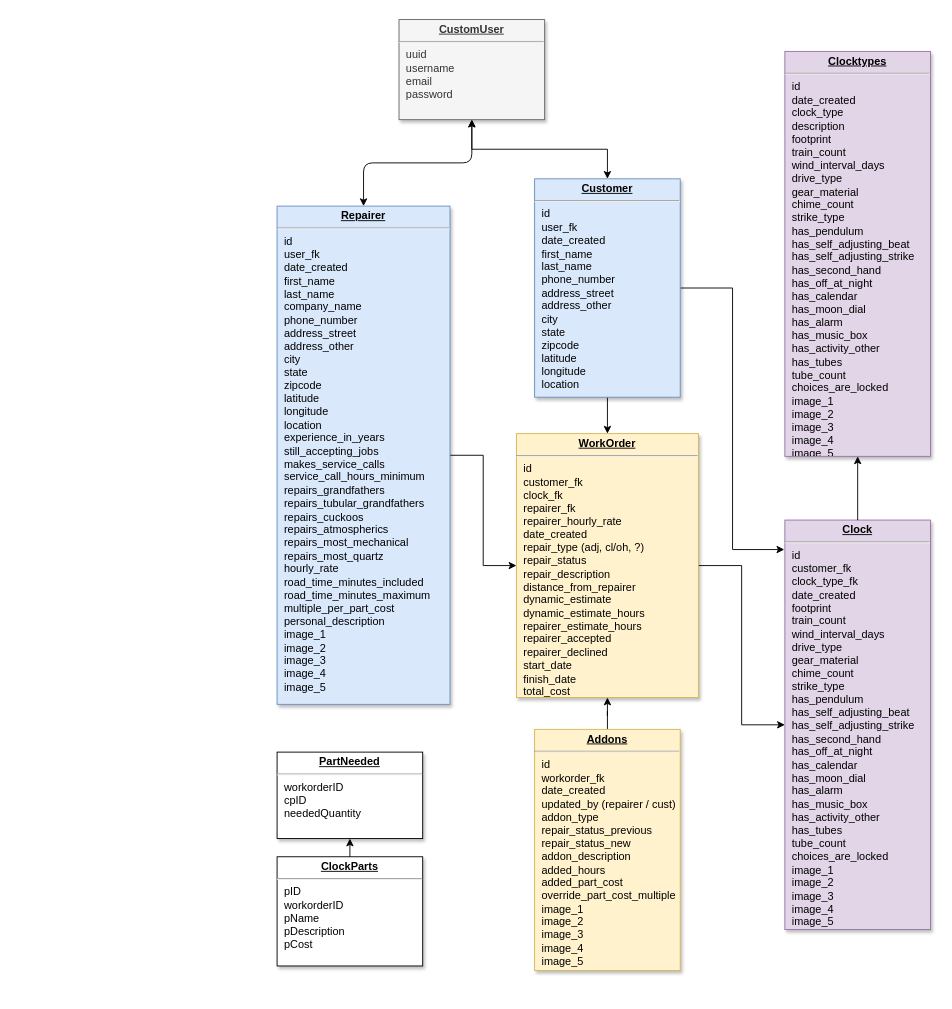
jatlast/ClockWeb keeps this draw.io diagram as clocks_db_tables.drawio. Above is the earlier version. Source tidied: cells renumbered, new cells numbered last; positions are measured from the earlier drawing's top-left corner, leaving out a move shared by most shapes. Both pictures are drawn from the tidied source at 91%, with x=0, y=0 at pixel (277, 19).
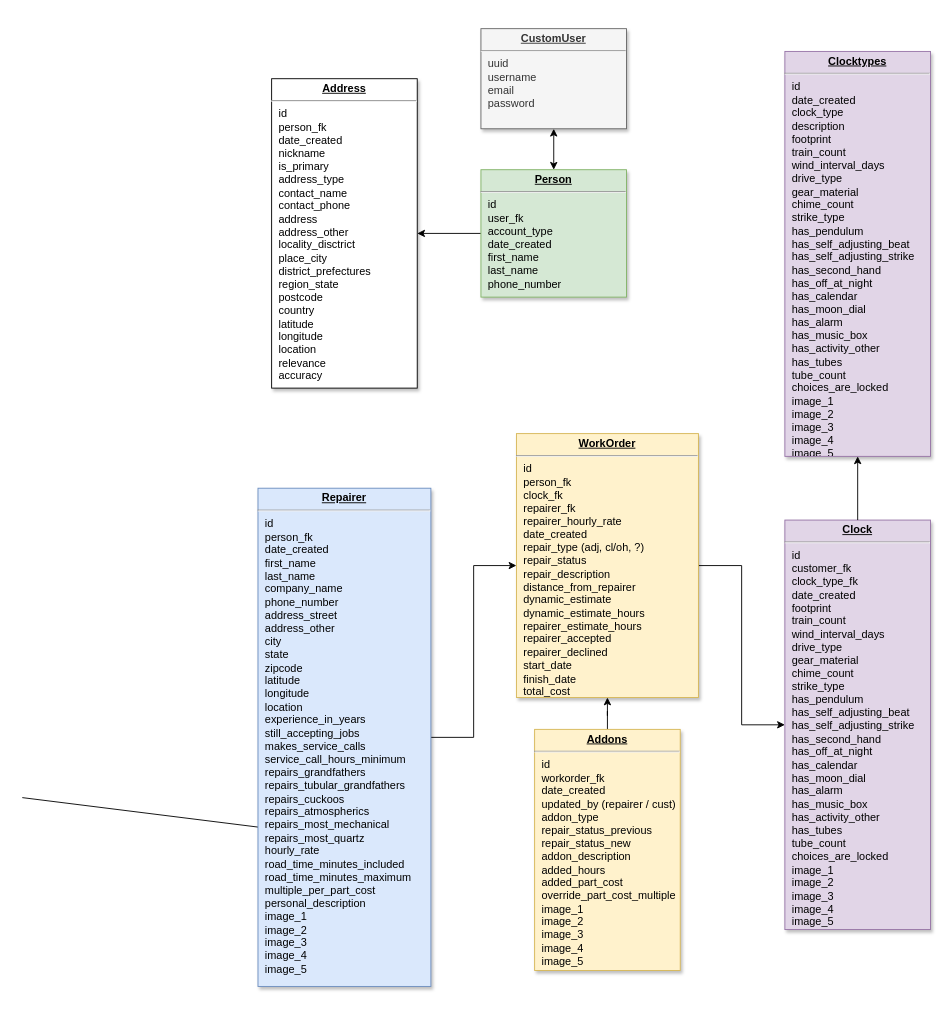
The same page after the edit.

The change refers to these unchanged cells:
```xml
<mxCell id="5" value="&lt;p style=&quot;margin: 0px ; margin-top: 4px ; text-align: center ; text-decoration: underline&quot;&gt;&lt;strong&gt;Clock&lt;/strong&gt;&lt;/p&gt;&lt;hr&gt;&lt;p style=&quot;margin: 0px 0px 0px 8px&quot;&gt;id&lt;/p&gt;&lt;p style=&quot;margin: 0px 0px 0px 8px&quot;&gt;customer_fk&lt;/p&gt;&lt;p style=&quot;margin: 0px 0px 0px 8px&quot;&gt;&lt;span&gt;clock_type_fk&lt;/span&gt;&lt;br&gt;&lt;/p&gt;&lt;p style=&quot;margin: 0px 0px 0px 8px&quot;&gt;date_created&lt;/p&gt;&lt;p style=&quot;margin: 0px 0px 0px 8px&quot;&gt;footprint&lt;/p&gt;&lt;p style=&quot;margin: 0px 0px 0px 8px&quot;&gt;train_count&lt;/p&gt;&lt;p style=&quot;margin: 0px 0px 0px 8px&quot;&gt;wind_interval_days&lt;/p&gt;&lt;p style=&quot;margin: 0px 0px 0px 8px&quot;&gt;drive_type&lt;/p&gt;&lt;p style=&quot;margin: 0px 0px 0px 8px&quot;&gt;gear_material&lt;/p&gt;&lt;p style=&quot;margin: 0px 0px 0px 8px&quot;&gt;chime_count&lt;/p&gt;&lt;p style=&quot;margin: 0px 0px 0px 8px&quot;&gt;strike_type&lt;/p&gt;&lt;p style=&quot;margin: 0px 0px 0px 8px&quot;&gt;has_pendulum&lt;/p&gt;&lt;p style=&quot;margin: 0px 0px 0px 8px&quot;&gt;has_self_adjusting_beat&lt;/p&gt;&lt;p style=&quot;margin: 0px 0px 0px 8px&quot;&gt;has_self_adjusting_strike&lt;/p&gt;&lt;p style=&quot;margin: 0px 0px 0px 8px&quot;&gt;has_second_hand&lt;/p&gt;&lt;p style=&quot;margin: 0px 0px 0px 8px&quot;&gt;has_off_at_night&lt;/p&gt;&lt;p style=&quot;margin: 0px 0px 0px 8px&quot;&gt;has_calendar&lt;/p&gt;&lt;p style=&quot;margin: 0px 0px 0px 8px&quot;&gt;has_moon_dial&lt;/p&gt;&lt;p style=&quot;margin: 0px 0px 0px 8px&quot;&gt;has_alarm&lt;/p&gt;&lt;p style=&quot;margin: 0px 0px 0px 8px&quot;&gt;has_music_box&lt;/p&gt;&lt;p style=&quot;margin: 0px 0px 0px 8px&quot;&gt;has_activity_other&lt;/p&gt;&lt;p style=&quot;margin: 0px 0px 0px 8px&quot;&gt;has_tubes&lt;/p&gt;&lt;p style=&quot;margin: 0px 0px 0px 8px&quot;&gt;tube_count&lt;/p&gt;&lt;p style=&quot;margin: 0px 0px 0px 8px&quot;&gt;choices_are_locked&lt;/p&gt;&lt;p style=&quot;margin: 0px 0px 0px 8px&quot;&gt;image_1&lt;/p&gt;&lt;p style=&quot;margin: 0px 0px 0px 8px&quot;&gt;image_2&lt;/p&gt;&lt;p style=&quot;margin: 0px 0px 0px 8px&quot;&gt;image_3&lt;/p&gt;&lt;p style=&quot;margin: 0px 0px 0px 8px&quot;&gt;image_4&lt;/p&gt;&lt;p style=&quot;margin: 0px 0px 0px 8px&quot;&gt;image_5&lt;/p&gt;&lt;p style=&quot;margin: 0px ; margin-left: 8px&quot;&gt;&lt;br&gt;&lt;/p&gt;" style="verticalAlign=top;align=left;overflow=fill;fontSize=12;fontFamily=Helvetica;html=1;shadow=1;fillColor=#e1d5e7;strokeColor=#9673a6;" parent="1" vertex="1">
  <mxGeometry x="558" y="550" width="160" height="450" as="geometry" />
</mxCell>
```

Diff of the diagram source:
```diff
@@
-    <mxCell id="2" style="edgeStyle=orthogonalEdgeStyle;rounded=0;jettySize=auto;html=1;" parent="1" edge="1" source="4" target="9">
-      <mxGeometry relative="1" as="geometry" />
-    </mxCell>
-    <mxCell id="3" style="edgeStyle=orthogonalEdgeStyle;rounded=0;jettySize=auto;html=1;entryX=-0.004;entryY=0.072;entryDx=0;entryDy=0;entryPerimeter=0;" parent="1" edge="1" source="4" target="5">
-      <mxGeometry relative="1" as="geometry" />
-    </mxCell>
+    <mxCell id="20" style="edgeStyle=orthogonalEdgeStyle;rounded=0;jettySize=auto;html=1;" parent="1" edge="1" source="4" target="21">
+      <mxGeometry relative="1" as="geometry" />
+    </mxCell>
-    <mxCell id="4" value="&lt;p style=&quot;margin: 0px ; margin-top: 4px ; text-align: center ; text-decoration: underline&quot;&gt;&lt;b&gt;Customer&lt;/b&gt;&lt;/p&gt;&lt;hr&gt;&lt;p style=&quot;margin: 0px ; margin-left: 8px&quot;&gt;id&lt;/p&gt;&lt;p style=&quot;margin: 0px ; margin-left: 8px&quot;&gt;&lt;span&gt;user_fk&lt;/span&gt;&lt;/p&gt;&lt;p style=&quot;margin: 0px ; margin-left: 8px&quot;&gt;&lt;span&gt;date_created&lt;/span&gt;&lt;/p&gt;&lt;p style=&quot;margin: 0px ; margin-left: 8px&quot;&gt;&lt;span&gt;first_name&lt;/span&gt;&lt;br&gt;&lt;/p&gt;&lt;p style=&quot;margin: 0px ; margin-left: 8px&quot;&gt;last_name&lt;/p&gt;&lt;p style=&quot;margin: 0px ; margin-left: 8px&quot;&gt;phone_number&lt;/p&gt;&lt;p style=&quot;margin: 0px ; margin-left: 8px&quot;&gt;address_street&lt;/p&gt;&lt;p style=&quot;margin: 0px ; margin-left: 8px&quot;&gt;address_other&lt;/p&gt;&lt;p style=&quot;margin: 0px ; margin-left: 8px&quot;&gt;city&lt;/p&gt;&lt;p style=&quot;margin: 0px ; margin-left: 8px&quot;&gt;state&lt;/p&gt;&lt;p style=&quot;margin: 0px ; margin-left: 8px&quot;&gt;zipcode&lt;/p&gt;&lt;p style=&quot;margin: 0px 0px 0px 8px&quot;&gt;latitude&lt;/p&gt;&lt;p style=&quot;margin: 0px 0px 0px 8px&quot;&gt;longitude&lt;/p&gt;&lt;p style=&quot;margin: 0px 0px 0px 8px&quot;&gt;location&lt;/p&gt;" style="verticalAlign=top;align=left;overflow=fill;fontSize=12;fontFamily=Helvetica;html=1;shadow=1;fillColor=#dae8fc;strokeColor=#6c8ebf;" parent="1" vertex="1">
-      <mxGeometry x="283" y="175" width="160" height="240" as="geometry" />
+    <mxCell id="4" value="&lt;p style=&quot;margin: 0px ; margin-top: 4px ; text-align: center ; text-decoration: underline&quot;&gt;&lt;b&gt;Person&lt;/b&gt;&lt;/p&gt;&lt;hr&gt;&lt;p style=&quot;margin: 0px ; margin-left: 8px&quot;&gt;id&lt;/p&gt;&lt;p style=&quot;margin: 0px ; margin-left: 8px&quot;&gt;&lt;span&gt;user_fk&lt;/span&gt;&lt;/p&gt;&lt;p style=&quot;margin: 0px ; margin-left: 8px&quot;&gt;account_type&lt;/p&gt;&lt;p style=&quot;margin: 0px ; margin-left: 8px&quot;&gt;&lt;span&gt;date_created&lt;/span&gt;&lt;/p&gt;&lt;p style=&quot;margin: 0px ; margin-left: 8px&quot;&gt;&lt;span&gt;first_name&lt;/span&gt;&lt;br&gt;&lt;/p&gt;&lt;p style=&quot;margin: 0px ; margin-left: 8px&quot;&gt;last_name&lt;/p&gt;&lt;p style=&quot;margin: 0px ; margin-left: 8px&quot;&gt;phone_number&lt;/p&gt;" style="verticalAlign=top;align=left;overflow=fill;fontSize=12;fontFamily=Helvetica;html=1;shadow=1;fillColor=#d5e8d4;strokeColor=#82b366;" parent="1" vertex="1">
+      <mxGeometry x="224" y="165" width="160" height="140" as="geometry" />
     </mxCell>
@@
     <mxCell id="7" value="&lt;p style=&quot;margin: 0px ; margin-top: 4px ; text-align: center ; text-decoration: underline&quot;&gt;&lt;b&gt;CustomUser&lt;/b&gt;&lt;/p&gt;&lt;hr&gt;&lt;p style=&quot;margin: 0px ; margin-left: 8px&quot;&gt;uuid&lt;/p&gt;&lt;p style=&quot;margin: 0px ; margin-left: 8px&quot;&gt;username&lt;/p&gt;&lt;p style=&quot;margin: 0px ; margin-left: 8px&quot;&gt;email&lt;/p&gt;&lt;p style=&quot;margin: 0px ; margin-left: 8px&quot;&gt;password&lt;/p&gt;" style="verticalAlign=top;align=left;overflow=fill;fontSize=12;fontFamily=Helvetica;html=1;shadow=1;fillColor=#f5f5f5;strokeColor=#666666;fontColor=#333333;" parent="1" vertex="1">
-      <mxGeometry x="134" width="160" height="110" as="geometry" />
+      <mxGeometry x="224" y="10" width="160" height="110" as="geometry" />
     </mxCell>
@@
-    <mxCell id="9" value="&lt;p style=&quot;margin: 0px ; margin-top: 4px ; text-align: center ; text-decoration: underline&quot;&gt;&lt;b&gt;WorkOrder&lt;/b&gt;&lt;/p&gt;&lt;hr&gt;&lt;p style=&quot;margin: 0px ; margin-left: 8px&quot;&gt;id&lt;/p&gt;&lt;p style=&quot;margin: 0px ; margin-left: 8px&quot;&gt;customer_fk&lt;/p&gt;&lt;p style=&quot;margin: 0px 0px 0px 8px&quot;&gt;clock_fk&lt;/p&gt;&lt;p style=&quot;margin: 0px 0px 0px 8px&quot;&gt;repairer_fk&lt;/p&gt;&lt;p style=&quot;margin: 0px 0px 0px 8px&quot;&gt;repairer_hourly_rate&lt;/p&gt;&lt;p style=&quot;margin: 0px ; margin-left: 8px&quot;&gt;date_created&lt;/p&gt;&lt;p style=&quot;margin: 0px ; margin-left: 8px&quot;&gt;repair_type (adj, cl/oh, ?)&lt;/p&gt;&lt;p style=&quot;margin: 0px ; margin-left: 8px&quot;&gt;repair_status&lt;/p&gt;&lt;p style=&quot;margin: 0px ; margin-left: 8px&quot;&gt;repair_description&lt;/p&gt;&lt;p style=&quot;margin: 0px ; margin-left: 8px&quot;&gt;distance_from_repairer&lt;/p&gt;&lt;p style=&quot;margin: 0px ; margin-left: 8px&quot;&gt;dynamic_estimate&lt;/p&gt;&lt;p style=&quot;margin: 0px 0px 0px 8px&quot;&gt;&lt;span&gt;dynamic_estimate_hours&lt;/span&gt;&lt;br&gt;&lt;/p&gt;&lt;p style=&quot;margin: 0px ; margin-left: 8px&quot;&gt;&lt;span&gt;repairer_estimate_hours&lt;/span&gt;&lt;br&gt;&lt;/p&gt;&lt;p style=&quot;margin: 0px 0px 0px 8px&quot;&gt;repairer_accepted&lt;/p&gt;&lt;p style=&quot;margin: 0px ; margin-left: 8px&quot;&gt;&lt;span&gt;repairer_declined&lt;/span&gt;&lt;/p&gt;&lt;p style=&quot;margin: 0px ; margin-left: 8px&quot;&gt;start_date&lt;/p&gt;&lt;p style=&quot;margin: 0px ; margin-left: 8px&quot;&gt;finish_date&lt;/p&gt;&lt;p style=&quot;margin: 0px ; margin-left: 8px&quot;&gt;total_cost&lt;/p&gt;" style="verticalAlign=top;align=left;overflow=fill;fontSize=12;fontFamily=Helvetica;html=1;shadow=1;fillColor=#fff2cc;strokeColor=#d6b656;" parent="1" vertex="1">
+    <mxCell id="9" value="&lt;p style=&quot;margin: 0px ; margin-top: 4px ; text-align: center ; text-decoration: underline&quot;&gt;&lt;b&gt;WorkOrder&lt;/b&gt;&lt;/p&gt;&lt;hr&gt;&lt;p style=&quot;margin: 0px ; margin-left: 8px&quot;&gt;id&lt;/p&gt;&lt;p style=&quot;margin: 0px ; margin-left: 8px&quot;&gt;person_fk&lt;/p&gt;&lt;p style=&quot;margin: 0px 0px 0px 8px&quot;&gt;clock_fk&lt;/p&gt;&lt;p style=&quot;margin: 0px 0px 0px 8px&quot;&gt;repairer_fk&lt;/p&gt;&lt;p style=&quot;margin: 0px 0px 0px 8px&quot;&gt;repairer_hourly_rate&lt;/p&gt;&lt;p style=&quot;margin: 0px ; margin-left: 8px&quot;&gt;date_created&lt;/p&gt;&lt;p style=&quot;margin: 0px ; margin-left: 8px&quot;&gt;repair_type (adj, cl/oh, ?)&lt;/p&gt;&lt;p style=&quot;margin: 0px ; margin-left: 8px&quot;&gt;repair_status&lt;/p&gt;&lt;p style=&quot;margin: 0px ; margin-left: 8px&quot;&gt;repair_description&lt;/p&gt;&lt;p style=&quot;margin: 0px ; margin-left: 8px&quot;&gt;distance_from_repairer&lt;/p&gt;&lt;p style=&quot;margin: 0px ; margin-left: 8px&quot;&gt;dynamic_estimate&lt;/p&gt;&lt;p style=&quot;margin: 0px 0px 0px 8px&quot;&gt;&lt;span&gt;dynamic_estimate_hours&lt;/span&gt;&lt;br&gt;&lt;/p&gt;&lt;p style=&quot;margin: 0px ; margin-left: 8px&quot;&gt;&lt;span&gt;repairer_estimate_hours&lt;/span&gt;&lt;br&gt;&lt;/p&gt;&lt;p style=&quot;margin: 0px 0px 0px 8px&quot;&gt;repairer_accepted&lt;/p&gt;&lt;p style=&quot;margin: 0px ; margin-left: 8px&quot;&gt;&lt;span&gt;repairer_declined&lt;/span&gt;&lt;/p&gt;&lt;p style=&quot;margin: 0px ; margin-left: 8px&quot;&gt;start_date&lt;/p&gt;&lt;p style=&quot;margin: 0px ; margin-left: 8px&quot;&gt;finish_date&lt;/p&gt;&lt;p style=&quot;margin: 0px ; margin-left: 8px&quot;&gt;total_cost&lt;/p&gt;" style="verticalAlign=top;align=left;overflow=fill;fontSize=12;fontFamily=Helvetica;html=1;shadow=1;fillColor=#fff2cc;strokeColor=#d6b656;" parent="1" vertex="1">
       <mxGeometry x="263" y="455" width="200" height="290" as="geometry" />
     </mxCell>
-    <mxCell id="10" value="&lt;p style=&quot;margin: 0px ; margin-top: 4px ; text-align: center ; text-decoration: underline&quot;&gt;&lt;strong&gt;ClockParts&lt;/strong&gt;&lt;/p&gt;&lt;hr&gt;&lt;p style=&quot;margin: 0px ; margin-left: 8px&quot;&gt;pID&lt;/p&gt;&lt;p style=&quot;margin: 0px ; margin-left: 8px&quot;&gt;workorderID&lt;/p&gt;&lt;p style=&quot;margin: 0px ; margin-left: 8px&quot;&gt;pName&lt;/p&gt;&lt;p style=&quot;margin: 0px ; margin-left: 8px&quot;&gt;pDescription&lt;/p&gt;&lt;p style=&quot;margin: 0px ; margin-left: 8px&quot;&gt;pCost&lt;/p&gt;" style="verticalAlign=top;align=left;overflow=fill;fontSize=12;fontFamily=Helvetica;html=1;shadow=1;" parent="1" vertex="1">
-      <mxGeometry y="920" width="160" height="120" as="geometry" />
-    </mxCell>
-    <mxCell id="11" value="&lt;p style=&quot;margin: 0px ; margin-top: 4px ; text-align: center ; text-decoration: underline&quot;&gt;&lt;strong&gt;PartNeeded&lt;/strong&gt;&lt;/p&gt;&lt;hr&gt;&lt;p style=&quot;margin: 0px ; margin-left: 8px&quot;&gt;&lt;span&gt;workorderID&lt;/span&gt;&lt;br&gt;&lt;/p&gt;&lt;p style=&quot;margin: 0px ; margin-left: 8px&quot;&gt;cpID&lt;/p&gt;&lt;p style=&quot;margin: 0px ; margin-left: 8px&quot;&gt;neededQuantity&lt;/p&gt;" style="verticalAlign=top;align=left;overflow=fill;fontSize=12;fontFamily=Helvetica;html=1;shadow=1;" parent="1" vertex="1">
-      <mxGeometry y="805" width="160" height="95" as="geometry" />
-    </mxCell>
-    <mxCell id="12" style="endArrow=classic;html=1;exitX=0.5;exitY=0;exitDx=0;exitDy=0;" parent="1" edge="1" source="10" target="11">
-      <mxGeometry relative="1" as="geometry" />
+    <mxCell id="12" style="endArrow=classic;html=1;exitX=0.5;exitY=0;exitDx=0;exitDy=0;" parent="1" edge="1">
+      <mxGeometry relative="1" as="geometry">
+        <mxPoint x="-280" y="855" as="sourcePoint" />
+        <mxPoint x="80" y="900" as="targetPoint" />
+      </mxGeometry>
     </mxCell>
@@
-    <mxCell id="14" value="&lt;p style=&quot;margin: 0px ; margin-top: 4px ; text-align: center ; text-decoration: underline&quot;&gt;&lt;b&gt;Repairer&lt;/b&gt;&lt;/p&gt;&lt;hr&gt;&lt;p style=&quot;margin: 0px ; margin-left: 8px&quot;&gt;id&lt;/p&gt;&lt;p style=&quot;margin: 0px ; margin-left: 8px&quot;&gt;user_fk&lt;/p&gt;&lt;p style=&quot;margin: 0px ; margin-left: 8px&quot;&gt;&lt;span&gt;date_created&lt;/span&gt;&lt;br&gt;&lt;/p&gt;&lt;p style=&quot;margin: 0px 0px 0px 8px&quot;&gt;first_name&lt;br&gt;&lt;/p&gt;&lt;p style=&quot;margin: 0px 0px 0px 8px&quot;&gt;last_name&lt;/p&gt;&lt;p style=&quot;margin: 0px 0px 0px 8px&quot;&gt;company_name&lt;/p&gt;&lt;p style=&quot;margin: 0px 0px 0px 8px&quot;&gt;phone_number&lt;/p&gt;&lt;p style=&quot;margin: 0px 0px 0px 8px&quot;&gt;address_street&lt;/p&gt;&lt;p style=&quot;margin: 0px 0px 0px 8px&quot;&gt;address_other&lt;/p&gt;&lt;p style=&quot;margin: 0px 0px 0px 8px&quot;&gt;city&lt;/p&gt;&lt;p style=&quot;margin: 0px 0px 0px 8px&quot;&gt;state&lt;/p&gt;&lt;p style=&quot;margin: 0px 0px 0px 8px&quot;&gt;zipcode&lt;/p&gt;&lt;p style=&quot;margin: 0px ; margin-left: 8px&quot;&gt;&lt;span&gt;latitude&lt;/span&gt;&lt;/p&gt;&lt;p style=&quot;margin: 0px ; margin-left: 8px&quot;&gt;&lt;span&gt;longitude&lt;/span&gt;&lt;/p&gt;&lt;p style=&quot;margin: 0px ; margin-left: 8px&quot;&gt;&lt;span&gt;location&lt;/span&gt;&lt;/p&gt;&lt;p style=&quot;margin: 0px ; margin-left: 8px&quot;&gt;&lt;span&gt;experience_in_years&lt;/span&gt;&lt;/p&gt;&lt;p style=&quot;margin: 0px ; margin-left: 8px&quot;&gt;&lt;span&gt;still_accepting_jobs&lt;/span&gt;&lt;/p&gt;&lt;p style=&quot;margin: 0px ; margin-left: 8px&quot;&gt;&lt;span&gt;makes_service_calls&lt;/span&gt;&lt;/p&gt;&lt;p style=&quot;margin: 0px ; margin-left: 8px&quot;&gt;service_call_hours_minimum&lt;/p&gt;&lt;p style=&quot;margin: 0px ; margin-left: 8px&quot;&gt;repairs_grandfathers&lt;/p&gt;&lt;p style=&quot;margin: 0px ; margin-left: 8px&quot;&gt;repairs_tubular_grandfathers&lt;/p&gt;&lt;p style=&quot;margin: 0px ; margin-left: 8px&quot;&gt;repairs_cuckoos&lt;/p&gt;&lt;p style=&quot;margin: 0px ; margin-left: 8px&quot;&gt;repairs_atmospherics&lt;/p&gt;&lt;p style=&quot;margin: 0px ; margin-left: 8px&quot;&gt;repairs_most_mechanical&lt;/p&gt;&lt;p style=&quot;margin: 0px ; margin-left: 8px&quot;&gt;repairs_most_quartz&lt;/p&gt;&lt;p style=&quot;margin: 0px ; margin-left: 8px&quot;&gt;hourly_rate&lt;/p&gt;&lt;p style=&quot;margin: 0px 0px 0px 8px&quot;&gt;road_time_minutes_included&lt;/p&gt;&lt;p style=&quot;margin: 0px 0px 0px 8px&quot;&gt;road_time_minutes_maximum&lt;/p&gt;&lt;p style=&quot;margin: 0px 0px 0px 8px&quot;&gt;multiple_per_part_cost&lt;/p&gt;&lt;p style=&quot;margin: 0px 0px 0px 8px&quot;&gt;personal_description&lt;/p&gt;&lt;p style=&quot;margin: 0px 0px 0px 8px&quot;&gt;image_1&lt;/p&gt;&lt;p style=&quot;margin: 0px 0px 0px 8px&quot;&gt;image_2&lt;/p&gt;&lt;p style=&quot;margin: 0px 0px 0px 8px&quot;&gt;image_3&lt;/p&gt;&lt;p style=&quot;margin: 0px 0px 0px 8px&quot;&gt;image_4&lt;/p&gt;&lt;p style=&quot;margin: 0px 0px 0px 8px&quot;&gt;image_5&lt;/p&gt;" style="verticalAlign=top;align=left;overflow=fill;fontSize=12;fontFamily=Helvetica;html=1;shadow=1;fillColor=#dae8fc;strokeColor=#6c8ebf;" parent="1" vertex="1">
-      <mxGeometry y="205" width="190" height="547.5" as="geometry" />
+    <mxCell id="14" value="&lt;p style=&quot;margin: 0px ; margin-top: 4px ; text-align: center ; text-decoration: underline&quot;&gt;&lt;b&gt;Repairer&lt;/b&gt;&lt;/p&gt;&lt;hr&gt;&lt;p style=&quot;margin: 0px ; margin-left: 8px&quot;&gt;id&lt;/p&gt;&lt;p style=&quot;margin: 0px ; margin-left: 8px&quot;&gt;person_fk&lt;/p&gt;&lt;p style=&quot;margin: 0px ; margin-left: 8px&quot;&gt;&lt;span&gt;date_created&lt;/span&gt;&lt;br&gt;&lt;/p&gt;&lt;p style=&quot;margin: 0px 0px 0px 8px&quot;&gt;first_name&lt;br&gt;&lt;/p&gt;&lt;p style=&quot;margin: 0px 0px 0px 8px&quot;&gt;last_name&lt;/p&gt;&lt;p style=&quot;margin: 0px 0px 0px 8px&quot;&gt;company_name&lt;/p&gt;&lt;p style=&quot;margin: 0px 0px 0px 8px&quot;&gt;phone_number&lt;/p&gt;&lt;p style=&quot;margin: 0px 0px 0px 8px&quot;&gt;address_street&lt;/p&gt;&lt;p style=&quot;margin: 0px 0px 0px 8px&quot;&gt;address_other&lt;/p&gt;&lt;p style=&quot;margin: 0px 0px 0px 8px&quot;&gt;city&lt;/p&gt;&lt;p style=&quot;margin: 0px 0px 0px 8px&quot;&gt;state&lt;/p&gt;&lt;p style=&quot;margin: 0px 0px 0px 8px&quot;&gt;zipcode&lt;/p&gt;&lt;p style=&quot;margin: 0px ; margin-left: 8px&quot;&gt;&lt;span&gt;latitude&lt;/span&gt;&lt;/p&gt;&lt;p style=&quot;margin: 0px ; margin-left: 8px&quot;&gt;&lt;span&gt;longitude&lt;/span&gt;&lt;/p&gt;&lt;p style=&quot;margin: 0px ; margin-left: 8px&quot;&gt;&lt;span&gt;location&lt;/span&gt;&lt;/p&gt;&lt;p style=&quot;margin: 0px ; margin-left: 8px&quot;&gt;&lt;span&gt;experience_in_years&lt;/span&gt;&lt;/p&gt;&lt;p style=&quot;margin: 0px ; margin-left: 8px&quot;&gt;&lt;span&gt;still_accepting_jobs&lt;/span&gt;&lt;/p&gt;&lt;p style=&quot;margin: 0px ; margin-left: 8px&quot;&gt;&lt;span&gt;makes_service_calls&lt;/span&gt;&lt;/p&gt;&lt;p style=&quot;margin: 0px ; margin-left: 8px&quot;&gt;service_call_hours_minimum&lt;/p&gt;&lt;p style=&quot;margin: 0px ; margin-left: 8px&quot;&gt;repairs_grandfathers&lt;/p&gt;&lt;p style=&quot;margin: 0px ; margin-left: 8px&quot;&gt;repairs_tubular_grandfathers&lt;/p&gt;&lt;p style=&quot;margin: 0px ; margin-left: 8px&quot;&gt;repairs_cuckoos&lt;/p&gt;&lt;p style=&quot;margin: 0px ; margin-left: 8px&quot;&gt;repairs_atmospherics&lt;/p&gt;&lt;p style=&quot;margin: 0px ; margin-left: 8px&quot;&gt;repairs_most_mechanical&lt;/p&gt;&lt;p style=&quot;margin: 0px ; margin-left: 8px&quot;&gt;repairs_most_quartz&lt;/p&gt;&lt;p style=&quot;margin: 0px ; margin-left: 8px&quot;&gt;hourly_rate&lt;/p&gt;&lt;p style=&quot;margin: 0px 0px 0px 8px&quot;&gt;road_time_minutes_included&lt;/p&gt;&lt;p style=&quot;margin: 0px 0px 0px 8px&quot;&gt;road_time_minutes_maximum&lt;/p&gt;&lt;p style=&quot;margin: 0px 0px 0px 8px&quot;&gt;multiple_per_part_cost&lt;/p&gt;&lt;p style=&quot;margin: 0px 0px 0px 8px&quot;&gt;personal_description&lt;/p&gt;&lt;p style=&quot;margin: 0px 0px 0px 8px&quot;&gt;image_1&lt;/p&gt;&lt;p style=&quot;margin: 0px 0px 0px 8px&quot;&gt;image_2&lt;/p&gt;&lt;p style=&quot;margin: 0px 0px 0px 8px&quot;&gt;image_3&lt;/p&gt;&lt;p style=&quot;margin: 0px 0px 0px 8px&quot;&gt;image_4&lt;/p&gt;&lt;p style=&quot;margin: 0px 0px 0px 8px&quot;&gt;image_5&lt;/p&gt;" style="verticalAlign=top;align=left;overflow=fill;fontSize=12;fontFamily=Helvetica;html=1;shadow=1;fillColor=#dae8fc;strokeColor=#6c8ebf;" parent="1" vertex="1">
+      <mxGeometry x="-21" y="515" width="190" height="547.5" as="geometry" />
     </mxCell>
-    <mxCell id="15" style="endArrow=classic;html=1;entryX=0.5;entryY=0;entryDx=0;entryDy=0;startArrow=classic;startFill=1;exitX=0.5;exitY=1;exitDx=0;exitDy=0;edgeStyle=orthogonalEdgeStyle;" parent="1" edge="1" source="7" target="14">
-      <mxGeometry relative="1" as="geometry" />
-    </mxCell>
@@
+    <mxCell id="21" value="&lt;p style=&quot;margin: 0px ; margin-top: 4px ; text-align: center ; text-decoration: underline&quot;&gt;&lt;b&gt;Address&lt;/b&gt;&lt;/p&gt;&lt;hr&gt;&lt;p style=&quot;margin: 0px ; margin-left: 8px&quot;&gt;id&lt;/p&gt;&lt;p style=&quot;margin: 0px ; margin-left: 8px&quot;&gt;&lt;span&gt;person_fk&lt;/span&gt;&lt;/p&gt;&lt;p style=&quot;margin: 0px ; margin-left: 8px&quot;&gt;&lt;span&gt;date_created&lt;/span&gt;&lt;/p&gt;&lt;p style=&quot;margin: 0px ; margin-left: 8px&quot;&gt;nickname&lt;/p&gt;&lt;p style=&quot;margin: 0px ; margin-left: 8px&quot;&gt;is_primary&lt;/p&gt;&lt;p style=&quot;margin: 0px ; margin-left: 8px&quot;&gt;address_type&lt;/p&gt;&lt;p style=&quot;margin: 0px ; margin-left: 8px&quot;&gt;contact_name&lt;/p&gt;&lt;p style=&quot;margin: 0px ; margin-left: 8px&quot;&gt;contact_phone&lt;/p&gt;&lt;p style=&quot;margin: 0px ; margin-left: 8px&quot;&gt;address&lt;/p&gt;&lt;p style=&quot;margin: 0px ; margin-left: 8px&quot;&gt;address_other&lt;/p&gt;&lt;p style=&quot;margin: 0px ; margin-left: 8px&quot;&gt;locality_disctrict&lt;/p&gt;&lt;p style=&quot;margin: 0px ; margin-left: 8px&quot;&gt;place_city&lt;/p&gt;&lt;p style=&quot;margin: 0px ; margin-left: 8px&quot;&gt;district_prefectures&lt;/p&gt;&lt;p style=&quot;margin: 0px ; margin-left: 8px&quot;&gt;region_state&lt;/p&gt;&lt;p style=&quot;margin: 0px ; margin-left: 8px&quot;&gt;postcode&lt;/p&gt;&lt;p style=&quot;margin: 0px ; margin-left: 8px&quot;&gt;country&lt;/p&gt;&lt;p style=&quot;margin: 0px ; margin-left: 8px&quot;&gt;latitude&lt;/p&gt;&lt;p style=&quot;margin: 0px ; margin-left: 8px&quot;&gt;longitude&lt;/p&gt;&lt;p style=&quot;margin: 0px ; margin-left: 8px&quot;&gt;location&lt;/p&gt;&lt;p style=&quot;margin: 0px ; margin-left: 8px&quot;&gt;relevance&lt;/p&gt;&lt;p style=&quot;margin: 0px ; margin-left: 8px&quot;&gt;accuracy&lt;/p&gt;" style="verticalAlign=top;align=left;overflow=fill;fontSize=12;fontFamily=Helvetica;html=1;shadow=1;" parent="1" vertex="1">
+      <mxGeometry x="-6" y="65" width="160" height="340" as="geometry" />
+    </mxCell>
```
